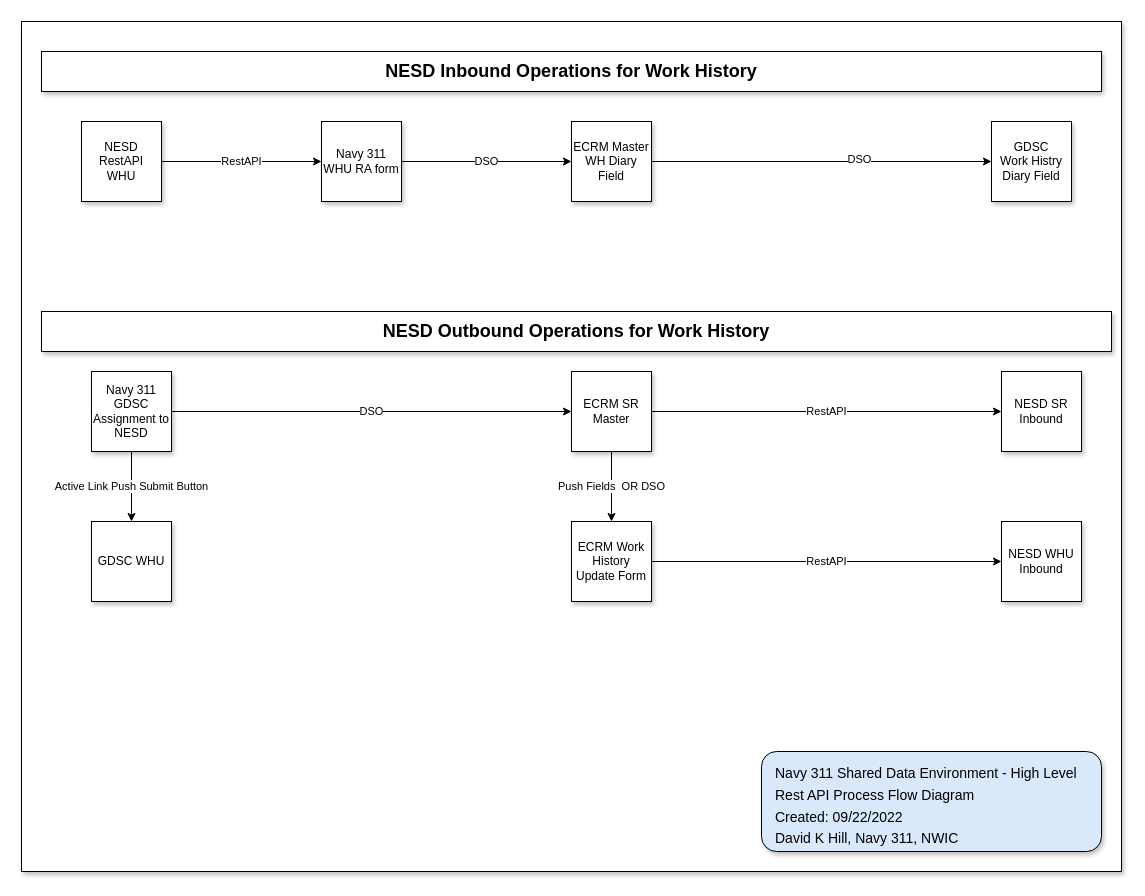
Earlier version of the draw.io diagram page "Overview" (1 of 5) of docs/NESD Integration Workflow.drawio (dkhill/navy311). Source tidied: cells renumbered, new cells numbered last; positions are measured from the earlier drawing's top-left corner, leaving out a move shared by most shapes. Both pictures are drawn from the tidied source at 100%, with x=0, y=0 at pixel (21, 21).
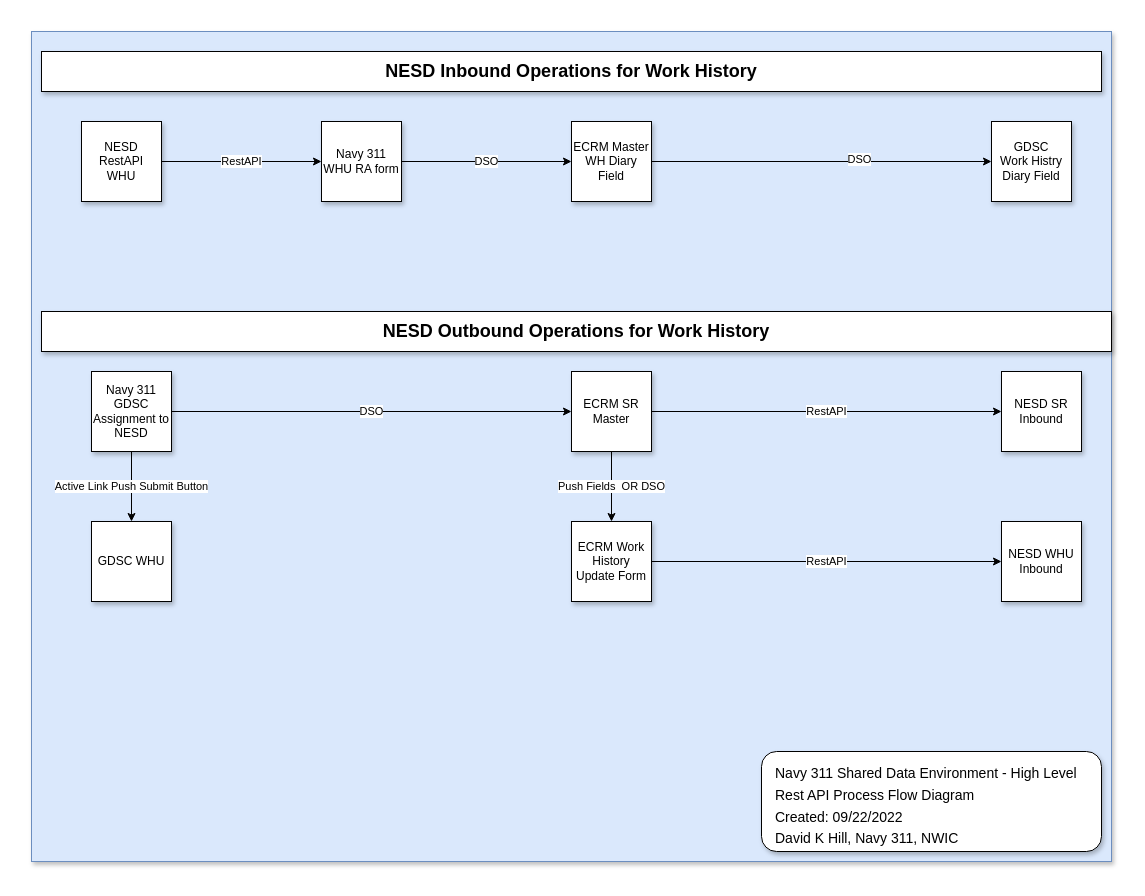
The same page after the edit.

Commit message:
Added 4 Detail Pages

The edit, as a diff of the source:
```diff
@@
-    <mxCell id="2" style="rounded=0;whiteSpace=wrap;html=1;shadow=1;fontSize=14;labelBackgroundColor=#CCCCFF;" parent="1" vertex="1">
-      <mxGeometry width="1100" height="850" as="geometry" />
+    <mxCell id="2" style="rounded=0;whiteSpace=wrap;html=1;shadow=1;fontSize=14;labelBackgroundColor=#CCCCFF;fillColor=#dae8fc;strokeColor=#6c8ebf;" parent="1" vertex="1">
+      <mxGeometry x="10" y="10" width="1080" height="830" as="geometry" />
     </mxCell>
@@
-    <mxCell id="24" value="&lt;font style=&quot;font-size: 14px;&quot;&gt;Navy 311 Shared Data Environment - High Level&lt;br&gt;Rest API Process Flow Diagram&lt;br&gt;Created: 09/22/2022&lt;br&gt;David K Hill, Navy 311, NWIC&lt;/font&gt;" style="rounded=1;whiteSpace=wrap;html=1;fontSize=18;fillColor=#dae8fc;strokeColor=#000000;shadow=1;align=left;spacingTop=7;spacingLeft=12;labelBorderColor=none;" parent="1" vertex="1">
+    <mxCell id="24" value="&lt;font style=&quot;font-size: 14px;&quot;&gt;Navy 311 Shared Data Environment - High Level&lt;br&gt;Rest API Process Flow Diagram&lt;br&gt;Created: 09/22/2022&lt;br&gt;David K Hill, Navy 311, NWIC&lt;/font&gt;" style="rounded=1;whiteSpace=wrap;html=1;fontSize=18;shadow=1;align=left;spacingTop=7;spacingLeft=12;labelBorderColor=none;" parent="1" vertex="1">
       <mxGeometry x="740" y="730" width="340" height="100" as="geometry" />
     </mxCell>
```
